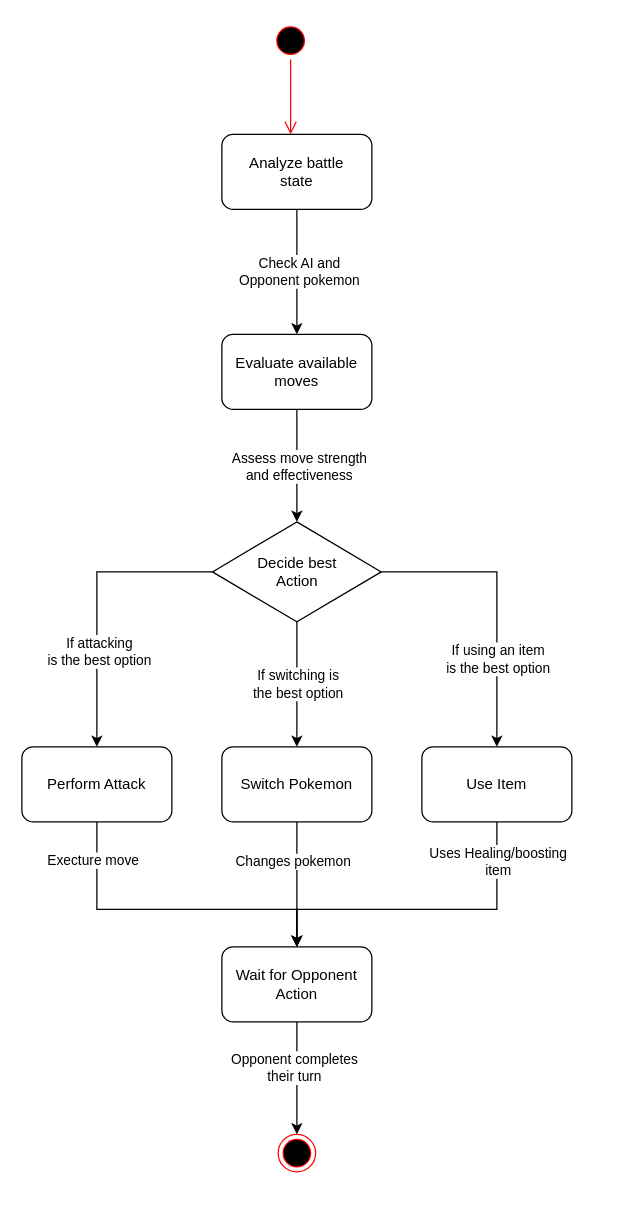
This is report/assets/Activity-V.drawio from joachimhviid/pokemon-battle-bot, a draw.io file, before an edit. Source tidied: cells renumbered, new cells numbered last; positions are measured from the earlier drawing's top-left corner, leaving out a move shared by most shapes. Both pictures are drawn from the tidied source at 125%, with x=0, y=0 at pixel (21, 21).
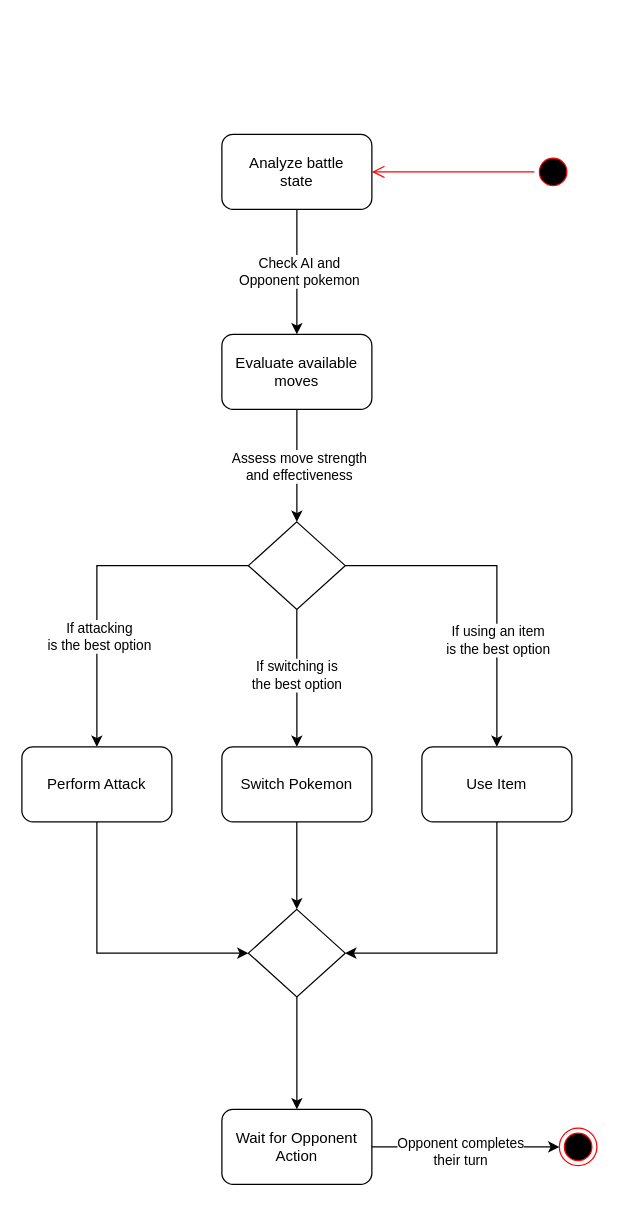
The same diagram, later.

The change refers to these unchanged cells:
```xml
<mxCell id="6" value="Analyze battle&lt;div&gt;state&lt;/div&gt;" style="rounded=1;whiteSpace=wrap;html=1;" parent="1" vertex="1">
  <mxGeometry x="160" y="90" width="120" height="60" as="geometry" />
</mxCell>
<mxCell id="9" value="Evaluate available&lt;div&gt;moves&lt;/div&gt;" style="rounded=1;whiteSpace=wrap;html=1;" parent="1" vertex="1">
  <mxGeometry x="160" y="250" width="120" height="60" as="geometry" />
</mxCell>
<mxCell id="19" value="Perform Attack" style="rounded=1;whiteSpace=wrap;html=1;" parent="1" vertex="1">
  <mxGeometry y="580" width="120" height="60" as="geometry" />
</mxCell>
<mxCell id="22" value="Switch Pokemon" style="rounded=1;whiteSpace=wrap;html=1;" parent="1" vertex="1">
  <mxGeometry x="160" y="580" width="120" height="60" as="geometry" />
</mxCell>
<mxCell id="25" value="Use Item" style="rounded=1;whiteSpace=wrap;html=1;" parent="1" vertex="1">
  <mxGeometry x="320" y="580" width="120" height="60" as="geometry" />
</mxCell>
```

The edit, as a diff of the source:
```diff
@@
     <mxCell id="2" style="ellipse;html=1;shape=startState;fillColor=#000000;strokeColor=#ff0000;" parent="1" vertex="1">
-      <mxGeometry x="200" width="30" height="30" as="geometry" />
+      <mxGeometry x="410" y="105" width="30" height="30" as="geometry" />
     </mxCell>
-    <mxCell id="3" style="edgeStyle=orthogonalEdgeStyle;html=1;verticalAlign=bottom;endArrow=open;endSize=8;strokeColor=#ff0000;rounded=0;" parent="1" edge="1" source="2">
-      <mxGeometry relative="1" as="geometry">
-        <mxPoint x="215" y="90" as="targetPoint" />
-      </mxGeometry>
+    <mxCell id="3" style="edgeStyle=orthogonalEdgeStyle;html=1;verticalAlign=bottom;endArrow=open;endSize=8;strokeColor=#ff0000;rounded=0;entryX=1;entryY=0.5;entryDx=0;entryDy=0;" parent="1" edge="1" source="2" target="6">
+      <mxGeometry relative="1" as="geometry" />
     </mxCell>
@@
-    <mxCell id="7" style="edgeStyle=orthogonalEdgeStyle;rounded=0;jettySize=auto;html=1;entryX=0.5;entryY=0;entryDx=0;entryDy=0;" parent="1" edge="1" source="9" target="16">
-      <mxGeometry relative="1" as="geometry" />
+    <mxCell id="7" style="edgeStyle=orthogonalEdgeStyle;rounded=0;jettySize=auto;html=1;entryX=0.5;entryY=0;entryDx=0;entryDy=0;" parent="1" edge="1" source="9">
+      <mxGeometry relative="1" as="geometry">
+        <mxPoint x="220" y="400" as="targetPoint" />
+      </mxGeometry>
     </mxCell>
@@
-    <mxCell id="10" style="edgeStyle=orthogonalEdgeStyle;rounded=0;jettySize=auto;html=1;entryX=0.5;entryY=0;entryDx=0;entryDy=0;" parent="1" edge="1" source="16" target="19">
+    <mxCell id="10" style="edgeStyle=orthogonalEdgeStyle;rounded=0;jettySize=auto;html=1;entryX=0.5;entryY=0;entryDx=0;entryDy=0;exitX=0;exitY=0.5;exitDx=0;exitDy=0;" parent="1" edge="1" source="33" target="19">
       <mxGeometry relative="1" as="geometry" />
     </mxCell>
@@
-    <mxCell id="12" style="edgeStyle=orthogonalEdgeStyle;rounded=0;jettySize=auto;html=1;entryX=0.5;entryY=0;entryDx=0;entryDy=0;" parent="1" edge="1" source="16" target="22">
+    <mxCell id="12" style="edgeStyle=orthogonalEdgeStyle;rounded=0;jettySize=auto;html=1;entryX=0.5;entryY=0;entryDx=0;entryDy=0;exitX=0.5;exitY=1;exitDx=0;exitDy=0;" parent="1" edge="1" source="33" target="22">
       <mxGeometry relative="1" as="geometry" />
     </mxCell>
@@
-    <mxCell id="14" style="edgeStyle=orthogonalEdgeStyle;rounded=0;jettySize=auto;html=1;entryX=0.5;entryY=0;entryDx=0;entryDy=0;" parent="1" edge="1" source="16" target="25">
+    <mxCell id="14" style="edgeStyle=orthogonalEdgeStyle;rounded=0;jettySize=auto;html=1;entryX=0.5;entryY=0;entryDx=0;entryDy=0;exitX=1;exitY=0.5;exitDx=0;exitDy=0;" parent="1" edge="1" source="33" target="25">
       <mxGeometry relative="1" as="geometry" />
     </mxCell>
@@
-    <mxCell id="16" value="Decide best&lt;div&gt;Action&lt;/div&gt;" style="rhombus;whiteSpace=wrap;html=1;" parent="1" vertex="1">
-      <mxGeometry x="152.5" y="400" width="135" height="80" as="geometry" />
-    </mxCell>
-    <mxCell id="17" style="edgeStyle=orthogonalEdgeStyle;rounded=0;jettySize=auto;html=1;entryX=0.5;entryY=0;entryDx=0;entryDy=0;" parent="1" edge="1" source="19" target="28">
-      <mxGeometry relative="1" as="geometry">
-        <Array as="points">
-          <mxPoint x="60" y="710" />
-          <mxPoint x="220" y="710" />
-        </Array>
-      </mxGeometry>
-    </mxCell>
-    <mxCell id="18" value="Execture move" style="edgeLabel;html=1;align=center;verticalAlign=middle;" parent="17" vertex="1">
-      <mxGeometry x="-0.77" y="-4" relative="1" as="geometry" />
-    </mxCell>
+    <mxCell id="30" style="edgeStyle=orthogonalEdgeStyle;rounded=0;jettySize=auto;html=1;entryX=0;entryY=0.5;entryDx=0;entryDy=0;" parent="1" edge="1" source="19" target="35">
+      <mxGeometry relative="1" as="geometry">
+        <Array as="points">
+          <mxPoint x="60" y="745" />
+        </Array>
+      </mxGeometry>
+    </mxCell>
@@
-    <mxCell id="20" style="edgeStyle=orthogonalEdgeStyle;rounded=0;jettySize=auto;html=1;" parent="1" edge="1" source="22">
-      <mxGeometry relative="1" as="geometry">
-        <mxPoint x="220" y="740" as="targetPoint" />
-      </mxGeometry>
-    </mxCell>
-    <mxCell id="21" value="Changes pokemon" style="edgeLabel;html=1;align=center;verticalAlign=middle;" parent="20" vertex="1">
-      <mxGeometry x="-0.38" y="-4" relative="1" as="geometry" />
-    </mxCell>
+    <mxCell id="31" style="edgeStyle=orthogonalEdgeStyle;rounded=0;jettySize=auto;html=1;entryX=0.5;entryY=0;entryDx=0;entryDy=0;" parent="1" edge="1" source="22" target="35">
+      <mxGeometry relative="1" as="geometry" />
+    </mxCell>
@@
-    <mxCell id="23" style="edgeStyle=orthogonalEdgeStyle;rounded=0;jettySize=auto;html=1;entryX=0.5;entryY=0;entryDx=0;entryDy=0;" parent="1" edge="1" source="25" target="28">
-      <mxGeometry relative="1" as="geometry">
-        <Array as="points">
-          <mxPoint x="380" y="710" />
-          <mxPoint x="220" y="710" />
-        </Array>
-      </mxGeometry>
-    </mxCell>
-    <mxCell id="24" value="Uses Healing/boosting&lt;div&gt;item&lt;/div&gt;" style="edgeLabel;html=1;align=center;verticalAlign=middle;" parent="23" vertex="1">
-      <mxGeometry x="-0.71" y="4" relative="1" as="geometry">
-        <mxPoint x="-4" y="-7" as="offset" />
-      </mxGeometry>
-    </mxCell>
+    <mxCell id="32" style="edgeStyle=orthogonalEdgeStyle;rounded=0;jettySize=auto;html=1;entryX=1;entryY=0.5;entryDx=0;entryDy=0;" parent="1" edge="1" source="25" target="35">
+      <mxGeometry relative="1" as="geometry">
+        <Array as="points">
+          <mxPoint x="380" y="745" />
+        </Array>
+      </mxGeometry>
+    </mxCell>
@@
-    <mxCell id="26" style="edgeStyle=orthogonalEdgeStyle;rounded=0;jettySize=auto;html=1;entryX=0.5;entryY=0;entryDx=0;entryDy=0;" parent="1" edge="1" source="28" target="29">
+    <mxCell id="26" style="edgeStyle=orthogonalEdgeStyle;rounded=0;jettySize=auto;html=1;entryX=0;entryY=0.5;entryDx=0;entryDy=0;" parent="1" edge="1" source="28" target="29">
       <mxGeometry relative="1" as="geometry" />
     </mxCell>
     <mxCell id="27" value="Opponent completes&lt;br&gt;their turn" style="edgeLabel;html=1;align=center;verticalAlign=middle;" parent="26" vertex="1">
-      <mxGeometry x="-0.19" y="-3" relative="1" as="geometry" />
+      <mxGeometry x="-0.19" y="-3" relative="1" as="geometry">
+        <mxPoint x="9" as="offset" />
+      </mxGeometry>
     </mxCell>
     <mxCell id="28" value="Wait for Opponent&lt;div&gt;Action&lt;/div&gt;" style="rounded=1;whiteSpace=wrap;html=1;" parent="1" vertex="1">
-      <mxGeometry x="160" y="740" width="120" height="60" as="geometry" />
+      <mxGeometry x="160" y="870" width="120" height="60" as="geometry" />
     </mxCell>
     <mxCell id="29" style="ellipse;html=1;shape=endState;fillColor=#000000;strokeColor=#ff0000;" parent="1" vertex="1">
-      <mxGeometry x="205" y="890" width="30" height="30" as="geometry" />
+      <mxGeometry x="430" y="885" width="30" height="30" as="geometry" />
     </mxCell>
+    <mxCell id="33" style="rhombus;whiteSpace=wrap;html=1;" parent="1" vertex="1">
+      <mxGeometry x="181.2" y="400" width="77.5" height="70" as="geometry" />
+    </mxCell>
+    <mxCell id="34" style="edgeStyle=orthogonalEdgeStyle;rounded=0;jettySize=auto;html=1;entryX=0.5;entryY=0;entryDx=0;entryDy=0;" parent="1" edge="1" source="35" target="28">
+      <mxGeometry relative="1" as="geometry" />
+    </mxCell>
+    <mxCell id="35" style="rhombus;whiteSpace=wrap;html=1;" parent="1" vertex="1">
+      <mxGeometry x="181.2" y="710" width="77.5" height="70" as="geometry" />
+    </mxCell>
```
